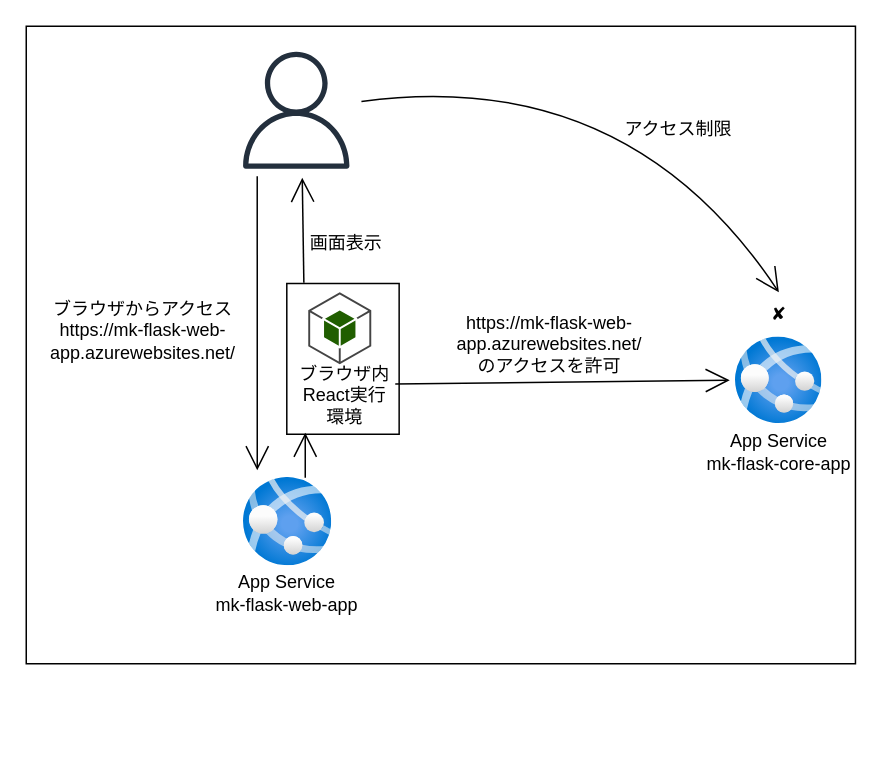
Earlier version of the draw.io diagram docs/drawio/構成図_2.drawio (matsuda705/AzureAppPractice). Source tidied: cells renumbered, new cells numbered last; positions are measured from the earlier drawing's top-left corner, leaving out a move shared by most shapes. Both pictures are drawn from the tidied source at 150%, with x=0, y=0 at pixel (26, 26).
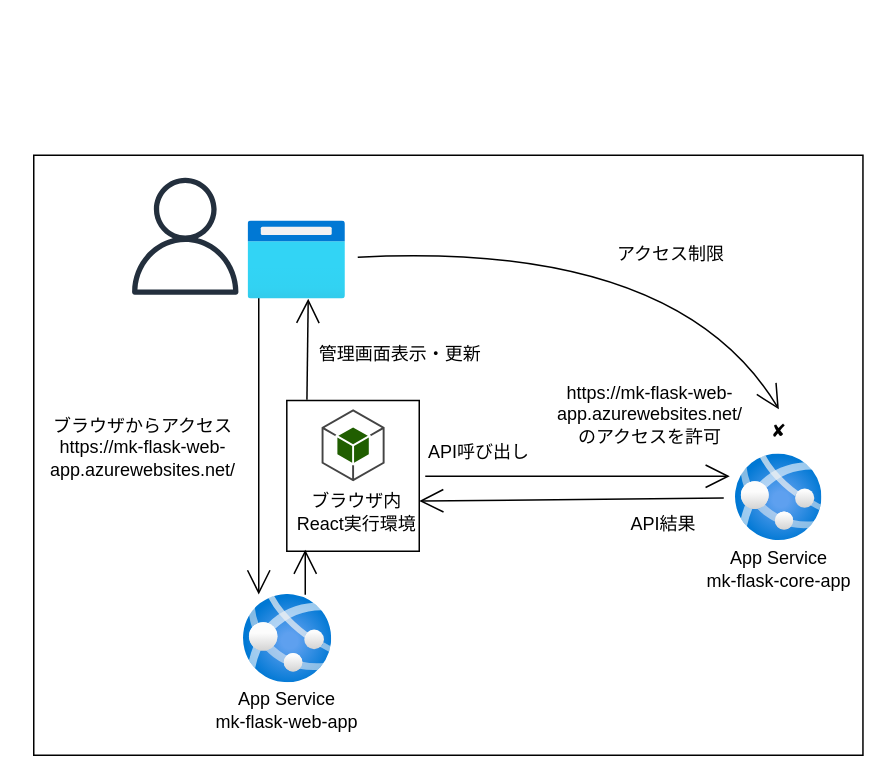
Above is the later version.

Commit message (it also covers changes not shown here):
構成図一部変更

What changed in the source:
```diff
@@
     <mxCell id="2" style="rounded=0;whiteSpace=wrap;html=1;" parent="1" vertex="1">
-      <mxGeometry width="552.8" height="425" as="geometry" />
+      <mxGeometry x="5" y="86" width="552.8" height="400" as="geometry" />
     </mxCell>
+    <mxCell id="15" style="edgeStyle=none;curved=1;rounded=0;jettySize=auto;html=1;endArrow=open;startSize=14;endSize=14;sourcePerimeterSpacing=8;targetPerimeterSpacing=8;entryX=0.17;entryY=-0.004;entryDx=0;entryDy=0;entryPerimeter=0;exitX=0.108;exitY=0.981;exitDx=0;exitDy=0;exitPerimeter=0;" parent="1" edge="1" source="24" target="3">
+      <mxGeometry relative="1" as="geometry" />
+    </mxCell>
+    <mxCell id="16" style="edgeStyle=none;curved=1;rounded=0;jettySize=auto;html=1;endArrow=open;startSize=14;endSize=14;sourcePerimeterSpacing=8;targetPerimeterSpacing=8;entryX=0.5;entryY=0;entryDx=0;entryDy=0;" parent="1" edge="1" source="24" target="10">
+      <mxGeometry relative="1" as="geometry">
+        <Array as="points">
+          <mxPoint x="434" y="143" />
+        </Array>
+      </mxGeometry>
+    </mxCell>
+    <mxCell id="17" style="sketch=0;outlineConnect=0;fontColor=#232F3E;gradientColor=none;fillColor=#232F3D;strokeColor=none;dashed=0;verticalLabelPosition=bottom;verticalAlign=top;align=center;html=1;fontSize=12;fontStyle=0;shape=mxgraph.aws4.user;" parent="1" vertex="1">
+      <mxGeometry x="67" y="101" width="78" height="78" as="geometry" />
+    </mxCell>
+    <mxCell id="18" value="ブラウザからアクセス&lt;br&gt;https://mk-flask-web-app.azurewebsites.net/" style="text;strokeColor=none;fillColor=none;html=1;align=center;verticalAlign=middle;whiteSpace=wrap;rounded=0;" parent="1" vertex="1">
+      <mxGeometry x="13" y="254" width="130" height="53" as="geometry" />
+    </mxCell>
+    <mxCell id="19" value="アクセス制限" style="text;strokeColor=none;fillColor=none;html=1;align=center;verticalAlign=middle;whiteSpace=wrap;rounded=0;" parent="1" vertex="1">
+      <mxGeometry x="387" y="137" width="86" height="30" as="geometry" />
+    </mxCell>
+    <mxCell id="20" style="edgeStyle=none;jettySize=auto;html=1;rounded=0;endArrow=open;startSize=14;endSize=14;sourcePerimeterSpacing=8;targetPerimeterSpacing=8;curved=1;exitX=0.152;exitY=-0.005;exitDx=0;exitDy=0;exitPerimeter=0;entryX=0.615;entryY=0.995;entryDx=0;entryDy=0;entryPerimeter=0;" parent="1" edge="1" source="4" target="24">
+      <mxGeometry relative="1" as="geometry" />
+    </mxCell>
-    <mxCell id="3" style="html=1;points=[];align=center;image;fontSize=12;image=img/lib/azure2/app_services/App_Services.svg;" parent="2" vertex="1">
-      <mxGeometry x="145" y="301" width="58.8" height="58.8" as="geometry" />
+    <mxCell id="3" style="html=1;points=[];align=center;image;fontSize=12;image=img/lib/azure2/app_services/App_Services.svg;" parent="1" vertex="1">
+      <mxGeometry x="145" y="379" width="58.8" height="58.8" as="geometry" />
     </mxCell>
-    <mxCell id="4" style="rounded=0;whiteSpace=wrap;html=1;" parent="2" vertex="1">
-      <mxGeometry x="173.7" y="171.5" width="74.9" height="100.5" as="geometry" />
+    <mxCell id="4" style="rounded=0;whiteSpace=wrap;html=1;" parent="1" vertex="1">
+      <mxGeometry x="173.7" y="249.5" width="88.3" height="100.5" as="geometry" />
     </mxCell>
-    <mxCell id="5" value="ブラウザ内&lt;br&gt;React実行環境" style="text;strokeColor=none;fillColor=none;html=1;align=center;verticalAlign=middle;whiteSpace=wrap;rounded=0;" parent="2" vertex="1">
-      <mxGeometry x="179.1" y="231" width="66.9" height="30" as="geometry" />
+    <mxCell id="5" value="ブラウザ内&lt;br&gt;React実行環境" style="text;strokeColor=none;fillColor=none;html=1;align=center;verticalAlign=middle;whiteSpace=wrap;rounded=0;" parent="1" vertex="1">
+      <mxGeometry x="179" y="309" width="83" height="30" as="geometry" />
     </mxCell>
-    <mxCell id="6" style="edgeStyle=none;jettySize=auto;html=1;rounded=0;endArrow=open;startSize=14;endSize=14;sourcePerimeterSpacing=8;targetPerimeterSpacing=8;curved=1;exitX=0.697;exitY=0;exitDx=0;exitDy=0;exitPerimeter=0;" parent="2" edge="1" source="3">
+    <mxCell id="6" style="edgeStyle=none;jettySize=auto;html=1;rounded=0;endArrow=open;startSize=14;endSize=14;sourcePerimeterSpacing=8;targetPerimeterSpacing=8;curved=1;exitX=0.697;exitY=0;exitDx=0;exitDy=0;exitPerimeter=0;" parent="1" edge="1" source="3">
       <mxGeometry relative="1" as="geometry">
-        <mxPoint x="186" y="271" as="targetPoint" />
+        <mxPoint x="186" y="349" as="targetPoint" />
       </mxGeometry>
     </mxCell>
-    <mxCell id="7" value="画面表示" style="text;strokeColor=none;fillColor=none;html=1;align=center;verticalAlign=middle;whiteSpace=wrap;rounded=0;" parent="2" vertex="1">
-      <mxGeometry x="184.4" y="130" width="58.6" height="30" as="geometry" />
+    <mxCell id="7" value="管理画面表示・更新" style="text;strokeColor=none;fillColor=none;html=1;align=center;verticalAlign=middle;whiteSpace=wrap;rounded=0;" parent="1" vertex="1">
+      <mxGeometry x="190.7" y="202.9" width="117.3" height="33.1" as="geometry" />
     </mxCell>
+    <mxCell id="21" style="edgeStyle=none;curved=1;rounded=0;jettySize=auto;html=1;entryX=1;entryY=0.25;entryDx=0;entryDy=0;endArrow=open;startSize=14;endSize=14;sourcePerimeterSpacing=8;targetPerimeterSpacing=8;" parent="1" edge="1" source="8" target="5">
+      <mxGeometry relative="1" as="geometry" />
+    </mxCell>
-    <mxCell id="8" style="html=1;points=[];align=center;image;fontSize=12;image=img/lib/azure2/app_services/App_Services.svg;" parent="2" vertex="1">
-      <mxGeometry x="473" y="207.4" width="57.6" height="57.6" as="geometry" />
+    <mxCell id="8" style="html=1;points=[];align=center;image;fontSize=12;image=img/lib/azure2/app_services/App_Services.svg;" parent="1" vertex="1">
+      <mxGeometry x="473" y="285.4" width="57.6" height="57.6" as="geometry" />
     </mxCell>
-    <mxCell id="9" style="edgeStyle=none;jettySize=auto;html=1;rounded=0;endArrow=open;startSize=14;endSize=14;sourcePerimeterSpacing=8;targetPerimeterSpacing=8;curved=1;exitX=1;exitY=0.25;exitDx=0;exitDy=0;" parent="2" edge="1" source="5">
+    <mxCell id="9" style="edgeStyle=none;orthogonalLoop=1;jettySize=auto;html=1;rounded=0;endArrow=open;startSize=14;endSize=14;sourcePerimeterSpacing=8;targetPerimeterSpacing=8;curved=1;" parent="1" edge="1">
       <mxGeometry relative="1" as="geometry">
-        <mxPoint x="469" y="236" as="targetPoint" />
+        <mxPoint x="266" y="300" as="sourcePoint" />
+        <mxPoint x="469" y="300" as="targetPoint" />
       </mxGeometry>
     </mxCell>
-    <mxCell id="10" value="✘" style="text;strokeColor=none;fillColor=none;html=1;align=center;verticalAlign=middle;whiteSpace=wrap;rounded=0;" parent="2" vertex="1">
-      <mxGeometry x="473" y="177.4" width="57.5" height="30" as="geometry" />
+    <mxCell id="10" value="✘" style="text;strokeColor=none;fillColor=none;html=1;align=center;verticalAlign=middle;whiteSpace=wrap;rounded=0;" parent="1" vertex="1">
+      <mxGeometry x="473" y="255.4" width="57.5" height="30" as="geometry" />
     </mxCell>
-    <mxCell id="11" value="https://mk-flask-web-app.azurewebsites.net/&lt;br&gt;のアクセスを許可" style="text;strokeColor=none;fillColor=none;html=1;align=center;verticalAlign=middle;whiteSpace=wrap;rounded=0;" parent="2" vertex="1">
-      <mxGeometry x="308" y="186.2" width="81.6" height="52.5" as="geometry" />
+    <mxCell id="11" value="https://mk-flask-web-app.azurewebsites.net/&lt;br&gt;のアクセスを許可" style="text;strokeColor=none;fillColor=none;html=1;align=center;verticalAlign=middle;whiteSpace=wrap;rounded=0;" parent="1" vertex="1">
+      <mxGeometry x="375" y="232.9" width="81.6" height="52.5" as="geometry" />
     </mxCell>
-    <mxCell id="12" value="App Service&lt;br&gt;mk-flask-web-app" style="text;strokeColor=none;fillColor=none;html=1;align=center;verticalAlign=middle;whiteSpace=wrap;rounded=0;" parent="2" vertex="1">
-      <mxGeometry x="123.4" y="363" width="102" height="30" as="geometry" />
+    <mxCell id="12" value="App Service&lt;br&gt;mk-flask-web-app" style="text;strokeColor=none;fillColor=none;html=1;align=center;verticalAlign=middle;whiteSpace=wrap;rounded=0;" parent="1" vertex="1">
+      <mxGeometry x="123.4" y="441" width="102" height="30" as="geometry" />
     </mxCell>
-    <mxCell id="13" value="App Service&lt;br&gt;mk-flask-core-app" style="text;strokeColor=none;fillColor=none;html=1;align=center;verticalAlign=middle;whiteSpace=wrap;rounded=0;" parent="2" vertex="1">
-      <mxGeometry x="450.8" y="269" width="102" height="30" as="geometry" />
+    <mxCell id="13" value="App Service&lt;br&gt;mk-flask-core-app" style="text;strokeColor=none;fillColor=none;html=1;align=center;verticalAlign=middle;whiteSpace=wrap;rounded=0;" parent="1" vertex="1">
+      <mxGeometry x="450.8" y="347" width="102" height="30" as="geometry" />
     </mxCell>
-    <mxCell id="14" style="dashed=0;verticalLabelPosition=bottom;verticalAlign=top;align=center;html=1;shape=mxgraph.aws3.android;fillColor=#205E00;gradientColor=none;" parent="2" vertex="1">
-      <mxGeometry x="188" y="177.4" width="42" height="48" as="geometry" />
+    <mxCell id="14" style="dashed=0;verticalLabelPosition=bottom;verticalAlign=top;align=center;html=1;shape=mxgraph.aws3.android;fillColor=#205E00;gradientColor=none;" parent="1" vertex="1">
+      <mxGeometry x="196.9" y="255.4" width="42" height="48" as="geometry" />
     </mxCell>
-    <mxCell id="15" style="edgeStyle=none;curved=1;rounded=0;jettySize=auto;html=1;endArrow=open;startSize=14;endSize=14;sourcePerimeterSpacing=8;targetPerimeterSpacing=8;exitX=0.133;exitY=1.064;exitDx=0;exitDy=0;exitPerimeter=0;" parent="1" edge="1" source="17">
-      <mxGeometry relative="1" as="geometry">
-        <mxPoint x="154" y="296" as="targetPoint" />
-      </mxGeometry>
-    </mxCell>
-    <mxCell id="16" style="edgeStyle=none;curved=1;rounded=0;jettySize=auto;html=1;endArrow=open;startSize=14;endSize=14;sourcePerimeterSpacing=8;targetPerimeterSpacing=8;entryX=0.5;entryY=0;entryDx=0;entryDy=0;" parent="1" edge="1" source="17" target="10">
-      <mxGeometry relative="1" as="geometry">
-        <Array as="points">
-          <mxPoint x="401" y="26" />
-        </Array>
-      </mxGeometry>
-    </mxCell>
-    <mxCell id="17" style="sketch=0;outlineConnect=0;fontColor=#232F3E;gradientColor=none;fillColor=#232F3D;strokeColor=none;dashed=0;verticalLabelPosition=bottom;verticalAlign=top;align=center;html=1;fontSize=12;fontStyle=0;shape=mxgraph.aws4.user;" parent="1" vertex="1">
-      <mxGeometry x="141" y="17" width="78" height="78" as="geometry" />
-    </mxCell>
-    <mxCell id="18" value="ブラウザからアクセス&lt;br&gt;https://mk-flask-web-app.azurewebsites.net/" style="text;strokeColor=none;fillColor=none;html=1;align=center;verticalAlign=middle;whiteSpace=wrap;rounded=0;" parent="1" vertex="1">
-      <mxGeometry x="13" y="176" width="130" height="53" as="geometry" />
-    </mxCell>
-    <mxCell id="19" value="アクセス制限" style="text;strokeColor=none;fillColor=none;html=1;align=center;verticalAlign=middle;whiteSpace=wrap;rounded=0;" parent="1" vertex="1">
-      <mxGeometry x="392" y="54" width="86" height="30" as="geometry" />
-    </mxCell>
-    <mxCell id="20" style="edgeStyle=none;jettySize=auto;html=1;rounded=0;endArrow=open;startSize=14;endSize=14;sourcePerimeterSpacing=8;targetPerimeterSpacing=8;curved=1;exitX=0.152;exitY=-0.005;exitDx=0;exitDy=0;exitPerimeter=0;" parent="1" edge="1" source="4">
-      <mxGeometry relative="1" as="geometry">
-        <mxPoint x="184" y="101" as="targetPoint" />
-      </mxGeometry>
-    </mxCell>
+    <mxCell id="22" value="API呼び出し" style="text;strokeColor=none;fillColor=none;html=1;align=center;verticalAlign=middle;whiteSpace=wrap;rounded=0;" parent="1" vertex="1">
+      <mxGeometry x="262" y="269" width="80" height="30" as="geometry" />
+    </mxCell>
+    <mxCell id="23" value="API結果" style="text;strokeColor=none;fillColor=none;html=1;align=center;verticalAlign=middle;whiteSpace=wrap;rounded=0;" parent="1" vertex="1">
+      <mxGeometry x="385" y="317" width="80" height="30" as="geometry" />
+    </mxCell>
+    <mxCell id="24" style="html=1;points=[];align=center;image;fontSize=12;image=img/lib/azure2/general/Browser.svg;" parent="1" vertex="1">
+      <mxGeometry x="148" y="130" width="65" height="52" as="geometry" />
+    </mxCell>
```
